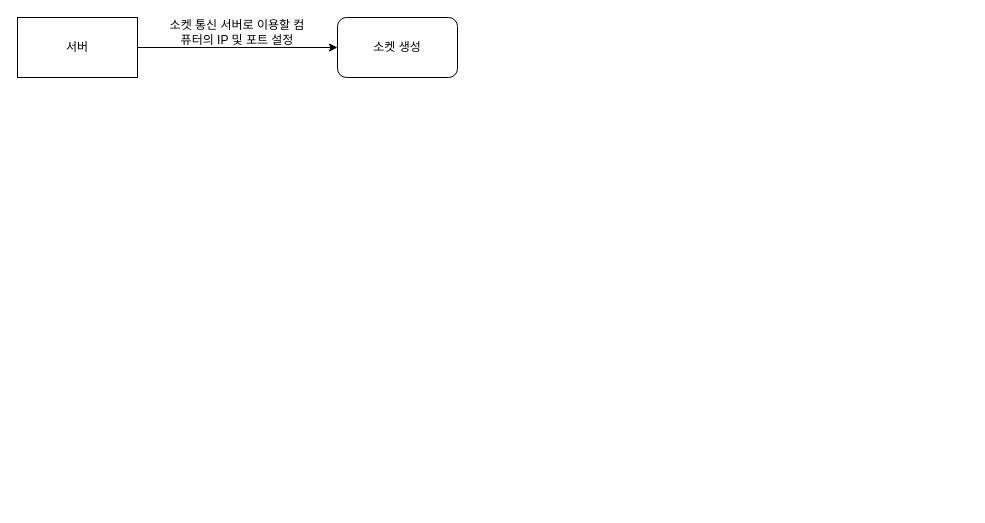
Earlier version of the draw.io diagram 소켓 통신.drawio (jh051777/chat). Source tidied: cells renumbered, new cells numbered last; positions are measured from the earlier drawing's top-left corner, leaving out a move shared by most shapes. Both pictures are drawn from the tidied source at 100%, with x=0, y=0 at pixel (17, 17).
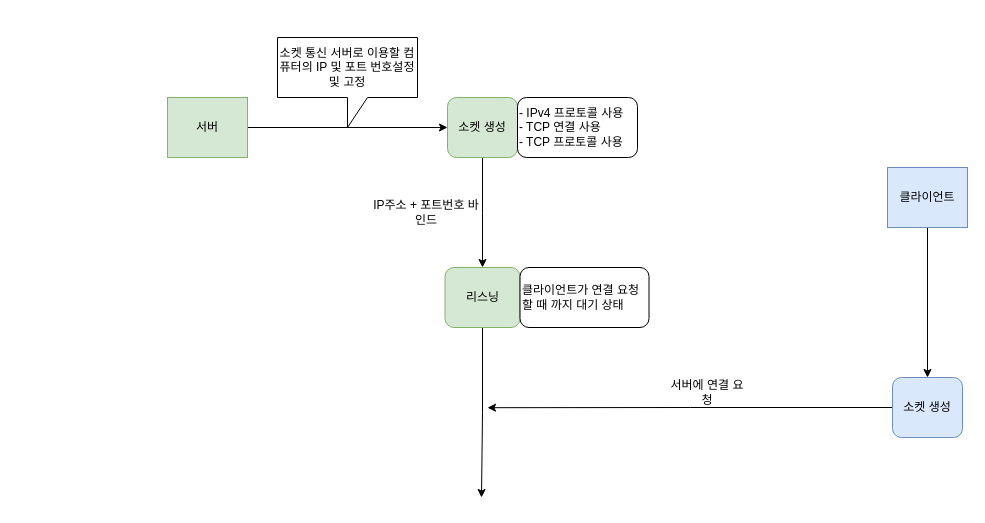
The same diagram, later.

Commit message:
소켓 통신.drawio 업데이트

Diff of the diagram source:
```diff
@@
 <mxGraphModel>
   <root>
     <mxCell id="0" />
     <mxCell id="1" parent="0" />
     <mxCell id="2" style="edgeStyle=orthogonalEdgeStyle;rounded=0;jettySize=auto;html=1;exitX=1;exitY=0.5;exitDx=0;exitDy=0;" parent="1" edge="1" source="3">
       <mxGeometry relative="1" as="geometry">
-        <mxPoint x="320" y="30" as="targetPoint" />
+        <mxPoint x="430" y="110" as="targetPoint" />
       </mxGeometry>
     </mxCell>
-    <mxCell id="3" value="서버" style="rounded=0;whiteSpace=wrap;html=1;" parent="1" vertex="1">
-      <mxGeometry width="120" height="60" as="geometry" />
+    <mxCell id="3" value="서버" style="rounded=0;whiteSpace=wrap;html=1;fillColor=#d5e8d4;strokeColor=#82b366;" parent="1" vertex="1">
+      <mxGeometry x="150" y="80" width="80" height="60" as="geometry" />
     </mxCell>
-    <mxCell id="4" value="소켓 통신 서버로 이용할 컴퓨터의 IP 및 포트 설정" style="text;html=1;align=center;verticalAlign=middle;whiteSpace=wrap;rounded=0;" parent="1" vertex="1">
-      <mxGeometry x="150" width="140" height="30" as="geometry" />
-    </mxCell>
+    <mxCell id="6" style="edgeStyle=orthogonalEdgeStyle;rounded=0;jettySize=auto;html=1;exitX=0.5;exitY=1;exitDx=0;exitDy=0;" parent="1" edge="1" source="5">
+      <mxGeometry relative="1" as="geometry">
+        <mxPoint x="465" y="250" as="targetPoint" />
+      </mxGeometry>
+    </mxCell>
-    <mxCell id="5" value="소켓 생성" style="rounded=1;whiteSpace=wrap;html=1;" parent="1" vertex="1">
-      <mxGeometry x="320" width="120" height="60" as="geometry" />
+    <mxCell id="5" value="소켓 생성" style="rounded=1;whiteSpace=wrap;html=1;fillColor=#d5e8d4;strokeColor=#82b366;" parent="1" vertex="1">
+      <mxGeometry x="430" y="80" width="70" height="60" as="geometry" />
     </mxCell>
+    <mxCell id="7" value="&lt;div&gt;- IPv4 프로토콜 사용&lt;/div&gt;- TCP 연결 사용&lt;div&gt;- TCP 프로토콜 사용&lt;/div&gt;" style="rounded=1;whiteSpace=wrap;html=1;align=left;" parent="1" vertex="1">
+      <mxGeometry x="500" y="80" width="120" height="60" as="geometry" />
+    </mxCell>
+    <mxCell id="8" value="IP주소 + 포트번호 바인드" style="text;html=1;align=center;verticalAlign=middle;whiteSpace=wrap;rounded=0;" parent="1" vertex="1">
+      <mxGeometry x="354" y="180" width="110" height="30" as="geometry" />
+    </mxCell>
+    <mxCell id="9" style="edgeStyle=orthogonalEdgeStyle;rounded=0;jettySize=auto;html=1;exitX=0.5;exitY=1;exitDx=0;exitDy=0;" parent="1" edge="1" source="10">
+      <mxGeometry relative="1" as="geometry">
+        <mxPoint x="464" y="480" as="targetPoint" />
+      </mxGeometry>
+    </mxCell>
+    <mxCell id="10" value="리스닝" style="rounded=1;whiteSpace=wrap;html=1;fillColor=#d5e8d4;strokeColor=#82b366;" parent="1" vertex="1">
+      <mxGeometry x="427.5" y="250" width="75" height="60" as="geometry" />
+    </mxCell>
+    <mxCell id="11" value="클라이언트가 연결 요청할 때 까지 대기 상태" style="rounded=1;whiteSpace=wrap;html=1;align=left;" parent="1" vertex="1">
+      <mxGeometry x="502.5" y="250" width="129" height="60" as="geometry" />
+    </mxCell>
+    <mxCell id="12" style="edgeStyle=orthogonalEdgeStyle;rounded=0;jettySize=auto;html=1;exitX=0.5;exitY=1;exitDx=0;exitDy=0;entryX=0.5;entryY=0;entryDx=0;entryDy=0;" parent="1" edge="1" source="13" target="15">
+      <mxGeometry relative="1" as="geometry" />
+    </mxCell>
+    <mxCell id="13" value="클라이언트" style="rounded=0;whiteSpace=wrap;html=1;fillColor=#dae8fc;strokeColor=#6c8ebf;" parent="1" vertex="1">
+      <mxGeometry x="870" y="150" width="80" height="60" as="geometry" />
+    </mxCell>
+    <mxCell id="14" style="edgeStyle=orthogonalEdgeStyle;rounded=0;jettySize=auto;html=1;exitX=0;exitY=0.5;exitDx=0;exitDy=0;" parent="1" edge="1" source="15">
+      <mxGeometry relative="1" as="geometry">
+        <mxPoint x="470" y="390.2" as="targetPoint" />
+      </mxGeometry>
+    </mxCell>
+    <mxCell id="15" value="소켓 생성" style="rounded=1;whiteSpace=wrap;html=1;fillColor=#dae8fc;strokeColor=#6c8ebf;" parent="1" vertex="1">
+      <mxGeometry x="875" y="360" width="70" height="60" as="geometry" />
+    </mxCell>
+    <mxCell id="16" value="소켓 통신 서버로 이용할 컴퓨터의 IP 및 포트 번호설정 및 고정" style="shape=callout;whiteSpace=wrap;html=1;perimeter=calloutPerimeter;" parent="1" vertex="1">
+      <mxGeometry x="260" y="20" width="140" height="90" as="geometry" />
+    </mxCell>
+    <mxCell id="17" value="서버에 연결 요청" style="text;html=1;align=center;verticalAlign=middle;whiteSpace=wrap;rounded=0;" parent="1" vertex="1">
+      <mxGeometry x="650" y="360" width="80" height="30" as="geometry" />
+    </mxCell>
   </root>
 </mxGraphModel>
```
